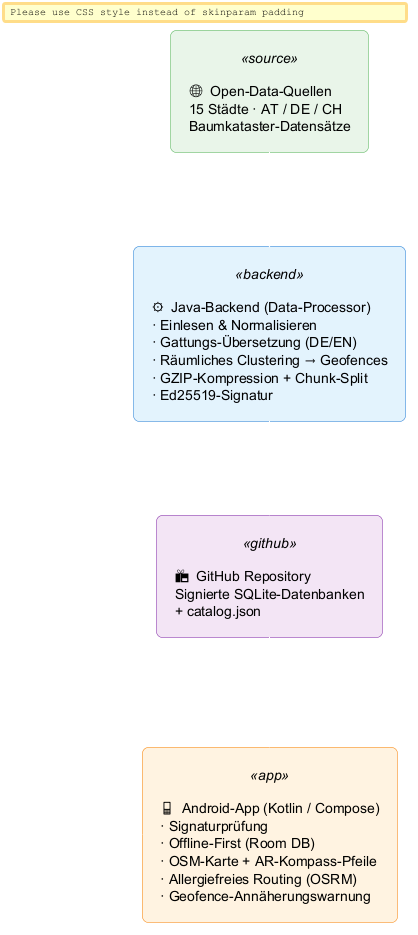
Above: docs/architecture/00_overview.png in matthili/BaumRadar (PlantUML), before the change.
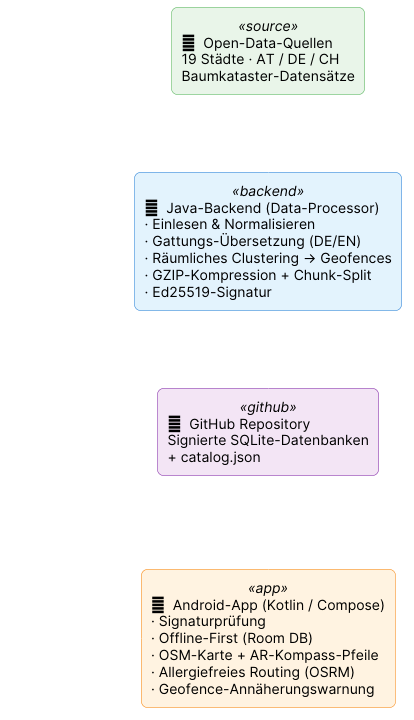
After the change.

Change to the diagram source:
```diff
@@ -3,8 +3,13 @@
 skinparam componentStyle rectangle
 skinparam shadowing false
 skinparam defaultFontName Inter
-skinparam padding 8
 skinparam roundCorner 12
+
+<style>
+root {
+  padding 8;
+}
+</style>
 
 skinparam ArrowColor white
 skinparam ArrowFontColor white
@@ -25,7 +30,7 @@
   BorderColor<<app>> #F57C00
 }
 
-rectangle "🌐  Open-Data-Quellen\n15 Städte · AT / DE / CH\nBaumkataster-Datensätze" as Src <<source>>
+rectangle "🌐  Open-Data-Quellen\n19 Städte · AT / DE / CH\nBaumkataster-Datensätze" as Src <<source>>
 
 rectangle "⚙️  Java-Backend (Data-Processor)\n· Einlesen & Normalisieren\n· Gattungs-Übersetzung (DE/EN)\n· Räumliches Clustering → Geofences\n· GZIP-Kompression + Chunk-Split\n· Ed25519-Signatur" as BE <<backend>>
 
```
